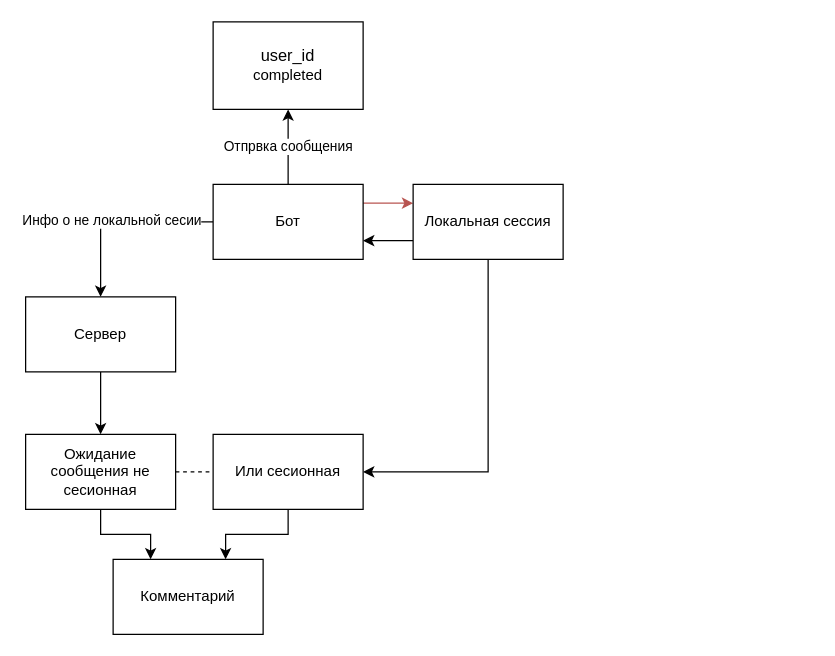
Before: doc/рассылка.drawio in i5anin/telegram-bot.js, a draw.io diagram. Source tidied: cells renumbered, new cells numbered last; positions are measured from the earlier drawing's top-left corner, leaving out a move shared by most shapes. Both pictures are drawn from the tidied source at 125%, with x=0, y=0 at pixel (25, 21).
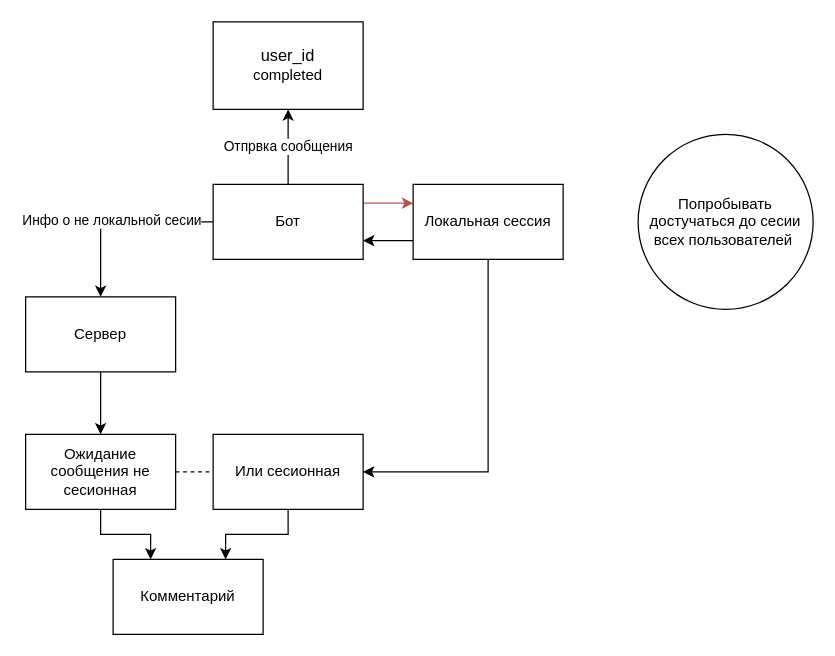
The same page after the edit.

Diff of the diagram source:
```diff
@@
+    <mxCell id="19" value="Попробывать достучаться до сесии всех пользователей&amp;nbsp;" style="ellipse;whiteSpace=wrap;html=1;" parent="1" vertex="1">
+      <mxGeometry x="490" y="90" width="140" height="140" as="geometry" />
+    </mxCell>
```
